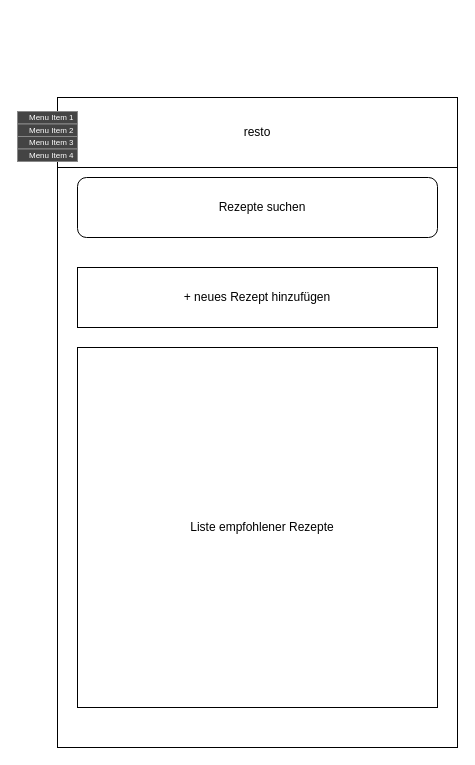
Before: dokumentation/screens/resto_HomeScreen.drawio in MarvinWank/resto, a draw.io diagram. Source tidied: cells renumbered, new cells numbered last; positions are measured from the earlier drawing's top-left corner, leaving out a move shared by most shapes. Both pictures are drawn from the tidied source at 100%, with x=0, y=0 at pixel (17, 97).
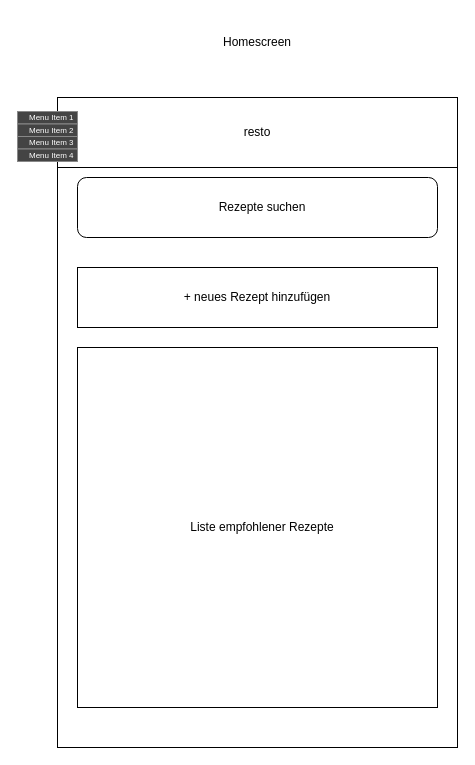
After the change.

What changed in the source:
```diff
@@
 <mxGraphModel>
   <root>
     <mxCell id="0" />
     <mxCell id="1" parent="0" />
     <mxCell id="2" style="rounded=0;whiteSpace=wrap;html=1;" parent="1" vertex="1">
       <mxGeometry x="40" width="400" height="650" as="geometry" />
     </mxCell>
     <mxCell id="3" style="rounded=1;whiteSpace=wrap;html=1;" parent="1" vertex="1">
       <mxGeometry x="60" y="80" width="360" height="60" as="geometry" />
     </mxCell>
     <mxCell id="4" value="Rezepte suchen" style="text;html=1;strokeColor=none;fillColor=none;align=center;verticalAlign=middle;whiteSpace=wrap;rounded=0;" parent="1" vertex="1">
       <mxGeometry x="90" y="80" width="310" height="60" as="geometry" />
     </mxCell>
     <mxCell id="5" value="resto" style="rounded=0;whiteSpace=wrap;html=1;" parent="1" vertex="1">
       <mxGeometry x="40" width="400" height="70" as="geometry" />
     </mxCell>
     <mxCell id="6" style="strokeWidth=1;html=1;shadow=0;dashed=0;shape=mxgraph.android.rrect;rSize=0;strokeColor=#888888;fillColor=#444444;" parent="1" vertex="1">
       <mxGeometry y="14" width="60" height="50" as="geometry" />
     </mxCell>
     <mxCell id="7" value="Menu Item 1" style="strokeColor=inherit;fillColor=inherit;gradientColor=inherit;strokeWidth=1;html=1;shadow=0;dashed=0;shape=mxgraph.android.rrect;rSize=0;align=left;spacingLeft=10;fontSize=8;fontColor=#ffffff;" parent="6" vertex="1">
       <mxGeometry width="60" height="12.5" as="geometry" />
     </mxCell>
     <mxCell id="8" value="Menu Item 2" style="strokeColor=inherit;fillColor=inherit;gradientColor=inherit;strokeWidth=1;html=1;shadow=0;dashed=0;shape=mxgraph.android.rrect;rSize=0;align=left;spacingLeft=10;fontSize=8;fontColor=#ffffff;" parent="6" vertex="1">
       <mxGeometry y="12.5" width="60" height="12.5" as="geometry" />
     </mxCell>
     <mxCell id="9" value="Menu Item 3" style="strokeColor=inherit;fillColor=inherit;gradientColor=inherit;strokeWidth=1;html=1;shadow=0;dashed=0;shape=mxgraph.android.rrect;rSize=0;align=left;spacingLeft=10;fontSize=8;fontColor=#ffffff;" parent="6" vertex="1">
       <mxGeometry y="25" width="60" height="12.5" as="geometry" />
     </mxCell>
     <mxCell id="10" value="Menu Item 4" style="strokeColor=inherit;fillColor=inherit;gradientColor=inherit;strokeWidth=1;html=1;shadow=0;dashed=0;shape=mxgraph.android.rrect;rSize=0;align=left;spacingLeft=10;fontSize=8;fontColor=#ffffff;" parent="6" vertex="1">
       <mxGeometry y="37.5" width="60" height="12.5" as="geometry" />
     </mxCell>
     <mxCell id="11" style="rounded=0;whiteSpace=wrap;html=1;" parent="1" vertex="1">
       <mxGeometry x="60" y="170" width="360" height="60" as="geometry" />
     </mxCell>
     <mxCell id="12" value="+ neues Rezept hinzufügen" style="text;html=1;strokeColor=none;fillColor=none;align=center;verticalAlign=middle;whiteSpace=wrap;rounded=0;" parent="1" vertex="1">
       <mxGeometry x="120" y="190" width="240" height="20" as="geometry" />
     </mxCell>
     <mxCell id="13" style="whiteSpace=wrap;html=1;" parent="1" vertex="1">
       <mxGeometry x="60" y="250" width="360" height="360" as="geometry" />
     </mxCell>
     <mxCell id="14" value="Liste empfohlener Rezepte" style="text;html=1;strokeColor=none;fillColor=none;align=center;verticalAlign=middle;whiteSpace=wrap;rounded=0;" parent="1" vertex="1">
       <mxGeometry x="100" y="280" width="290" height="300" as="geometry" />
     </mxCell>
+    <mxCell id="15" value="Homescreen" style="text;html=1;strokeColor=none;fillColor=none;align=center;verticalAlign=middle;whiteSpace=wrap;rounded=0;" parent="1" vertex="1">
+      <mxGeometry x="95" y="-80" width="290" height="50" as="geometry" />
+    </mxCell>
   </root>
 </mxGraphModel>
```
